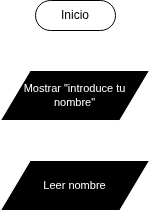
Earlier version of the draw.io export unidad-05/tarea-1/diagramas/ejercicio-1.drawio.png (edugutdev/dam-ets). Source tidied: cells renumbered, new cells last; positions are measured from the earlier drawing's top-left corner, leaving out a move shared by most shapes.
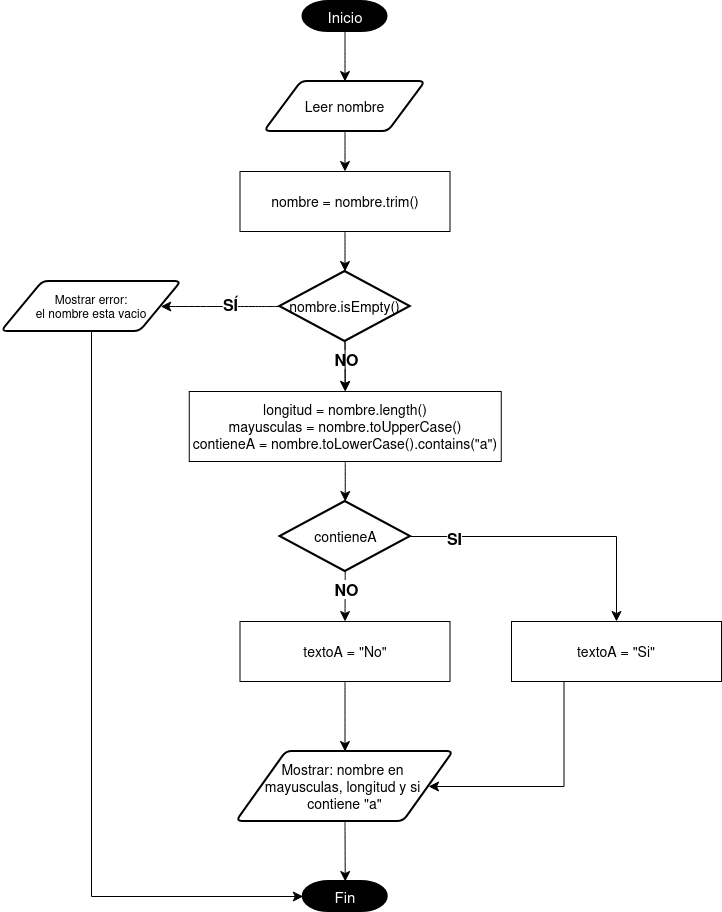
Above is the later version.

Commit message:
diagrama 1 realizado

What changed in the source:
```diff
@@ -2,14 +2,93 @@
   <root>
     <mxCell id="0" />
     <mxCell id="1" parent="0" />
+    <mxCell id="5" style="edgeStyle=none;curved=1;rounded=0;curveGeometry=1;jettySize=auto;html=1;exitX=0.5;exitY=1;exitDx=0;exitDy=0;exitPerimeter=0;entryX=0.5;entryY=0;entryDx=0;entryDy=0;fontSize=12;defaultLabelBackgroundColor=page;startSize=8;endSize=8;" parent="1" edge="1" source="2" target="4">
+      <mxGeometry relative="1" as="geometry" />
+    </mxCell>
-    <mxCell id="2" value="Inicio" style="html=1;dashed=0;whiteSpace=wrap;shape=mxgraph.dfd.start;" parent="1" vertex="1">
-      <mxGeometry x="35" width="80" height="30" as="geometry" />
+    <mxCell id="2" value="Inicio" style="strokeWidth=2;html=1;shape=mxgraph.flowchart.terminator;whiteSpace=wrap;fontSize=15;fillColor=#000000;fontColor=#FFFFFF;fontStyle=0;" parent="1" vertex="1">
+      <mxGeometry x="32.5" y="30" width="84" height="30" as="geometry" />
     </mxCell>
-    <mxCell id="3" value="Mostrar &quot;introduce tu&lt;br&gt;nombre&quot;" style="shape=parallelogram;perimeter=parallelogramPerimeter;whiteSpace=wrap;html=1;dashed=0;fillColor=#000000;strokeColor=#FFFFFF;fontColor=#FFFFFF;fontSize=11;" parent="1" vertex="1">
-      <mxGeometry y="70" width="149" height="50" as="geometry" />
-    </mxCell>
+    <mxCell id="6" style="edgeStyle=none;curved=1;rounded=0;curveGeometry=1;jettySize=auto;html=1;exitX=0.5;exitY=1;exitDx=0;exitDy=0;entryX=0.5;entryY=0;entryDx=0;entryDy=0;fontSize=12;defaultLabelBackgroundColor=page;startSize=8;endSize=8;" parent="1" edge="1" source="4" target="7">
+      <mxGeometry relative="1" as="geometry" />
+    </mxCell>
-    <mxCell id="4" value="Leer nombre" style="shape=parallelogram;perimeter=parallelogramPerimeter;whiteSpace=wrap;html=1;dashed=0;fillColor=#000000;strokeColor=#FFFFFF;fontColor=#FFFFFF;fontSize=11;" parent="1" vertex="1">
-      <mxGeometry y="160" width="149" height="50" as="geometry" />
+    <mxCell id="4" value="Leer nombre" style="shape=parallelogram;html=1;strokeWidth=2;perimeter=parallelogramPerimeter;whiteSpace=wrap;rounded=1;arcSize=12;size=0.23;fontSize=14;" parent="1" vertex="1">
+      <mxGeometry x="-6" y="110" width="161" height="50" as="geometry" />
     </mxCell>
+    <mxCell id="7" value="nombre = nombre.trim()" style="rounded=0;whiteSpace=wrap;html=1;fontSize=14;" parent="1" vertex="1">
+      <mxGeometry x="-30.5" y="200" width="210" height="60" as="geometry" />
+    </mxCell>
+    <mxCell id="8" style="edgeStyle=none;curved=1;rounded=0;curveGeometry=1;jettySize=auto;html=1;exitX=0.5;exitY=1;exitDx=0;exitDy=0;exitPerimeter=0;entryX=0.5;entryY=0;entryDx=0;entryDy=0;fontSize=12;defaultLabelBackgroundColor=page;startSize=8;endSize=8;" parent="1" edge="1" source="13" target="15">
+      <mxGeometry relative="1" as="geometry" />
+    </mxCell>
+    <mxCell id="9" value="NO" style="edgeLabel;html=1;align=center;verticalAlign=middle;inheritText=fontFamily,fontColor,textOpacity,labelBorderColor,labelBorderWidth,labelBackgroundColor,defaultLabelBackgroundColor,labelPadding;fontSize=16;defaultLabelBackgroundColor=page;fontStyle=1;" parent="8" vertex="1">
+      <mxGeometry x="-0.28" y="1" relative="1" as="geometry" />
+    </mxCell>
+    <mxCell id="10" style="edgeStyle=none;curved=1;rounded=0;curveGeometry=1;jettySize=auto;html=1;exitX=0;exitY=0.5;exitDx=0;exitDy=0;exitPerimeter=0;entryX=1;entryY=0.5;entryDx=0;entryDy=0;fontSize=12;defaultLabelBackgroundColor=page;startSize=8;endSize=8;" parent="1" edge="1" source="13" target="16">
+      <mxGeometry relative="1" as="geometry" />
+    </mxCell>
+    <mxCell id="11" value="SÍ" style="edgeLabel;html=1;align=center;verticalAlign=middle;inheritText=fontFamily,fontColor,textOpacity,labelBorderColor,labelBorderWidth,labelBackgroundColor,defaultLabelBackgroundColor,labelPadding;fontSize=16;defaultLabelBackgroundColor=page;fontStyle=1;" parent="10" vertex="1">
+      <mxGeometry x="-0.16" y="-3" relative="1" as="geometry" />
+    </mxCell>
+    <mxCell id="12" style="edgeStyle=none;curved=1;rounded=0;curveGeometry=1;jettySize=auto;html=1;fontSize=12;defaultLabelBackgroundColor=page;startSize=8;endSize=8;" parent="1" edge="1" source="13" target="15">
+      <mxGeometry relative="1" as="geometry" />
+    </mxCell>
+    <mxCell id="13" value="nombre.isEmpty()" style="strokeWidth=2;html=1;shape=mxgraph.flowchart.decision;whiteSpace=wrap;fontSize=14;" parent="1" vertex="1">
+      <mxGeometry x="9.2" y="300" width="130.5" height="70" as="geometry" />
+    </mxCell>
+    <mxCell id="14" style="edgeStyle=none;curved=1;rounded=0;curveGeometry=1;jettySize=auto;html=1;exitX=0.5;exitY=1;exitDx=0;exitDy=0;entryX=0.5;entryY=0;entryDx=0;entryDy=0;entryPerimeter=0;fontSize=12;defaultLabelBackgroundColor=page;startSize=8;endSize=8;" parent="1" edge="1" source="7" target="13">
+      <mxGeometry relative="1" as="geometry" />
+    </mxCell>
+    <mxCell id="15" value="&lt;div&gt;longitud = nombre.length()&lt;/div&gt;&lt;div&gt;mayusculas = nombre.toUpperCase()&lt;/div&gt;&lt;div&gt;contieneA = nombre.toLowerCase().contains(&quot;a&quot;)&lt;/div&gt;" style="rounded=0;whiteSpace=wrap;html=1;fontSize=14;" parent="1" vertex="1">
+      <mxGeometry x="-81.2" y="420" width="312" height="70" as="geometry" />
+    </mxCell>
+    <mxCell id="16" value="&lt;div&gt;Mostrar error:&lt;/div&gt;&lt;div&gt;el nombre esta vacio&lt;/div&gt;" style="shape=parallelogram;html=1;strokeWidth=2;perimeter=parallelogramPerimeter;whiteSpace=wrap;rounded=1;arcSize=12;size=0.23;" parent="1" vertex="1">
+      <mxGeometry x="-269" y="310" width="180" height="50" as="geometry" />
+    </mxCell>
+    <mxCell id="17" style="edgeStyle=none;curved=1;rounded=0;curveGeometry=1;jettySize=auto;html=1;exitX=0.5;exitY=1;exitDx=0;exitDy=0;exitPerimeter=0;entryX=0.5;entryY=0;entryDx=0;entryDy=0;fontSize=12;defaultLabelBackgroundColor=page;startSize=8;endSize=8;" parent="1" edge="1" source="21" target="24">
+      <mxGeometry relative="1" as="geometry" />
+    </mxCell>
+    <mxCell id="18" value="NO" style="edgeLabel;html=1;align=center;verticalAlign=middle;inheritText=fontFamily,fontColor,textOpacity,labelBorderColor,labelBorderWidth,labelBackgroundColor,defaultLabelBackgroundColor,labelPadding;fontSize=16;defaultLabelBackgroundColor=page;fontStyle=1;" parent="17" vertex="1">
+      <mxGeometry x="-0.31" y="1" relative="1" as="geometry" />
+    </mxCell>
+    <mxCell id="19" style="edgeStyle=orthogonalEdgeStyle;rounded=0;jettySize=auto;html=1;exitX=1;exitY=0.5;exitDx=0;exitDy=0;exitPerimeter=0;entryX=0.5;entryY=0;entryDx=0;entryDy=0;fontSize=12;defaultLabelBackgroundColor=page;startSize=8;endSize=8;" parent="1" edge="1" source="21" target="26">
+      <mxGeometry relative="1" as="geometry" />
+    </mxCell>
+    <mxCell id="20" value="SI" style="edgeLabel;html=1;align=center;verticalAlign=middle;inheritText=fontFamily,fontColor,textOpacity,labelBorderColor,labelBorderWidth,labelBackgroundColor,defaultLabelBackgroundColor,labelPadding;fontSize=16;defaultLabelBackgroundColor=page;fontStyle=1;" parent="19" vertex="1">
+      <mxGeometry x="-0.71" y="-2" relative="1" as="geometry" />
+    </mxCell>
+    <mxCell id="21" value="contieneA" style="strokeWidth=2;html=1;shape=mxgraph.flowchart.decision;whiteSpace=wrap;fontSize=14;" parent="1" vertex="1">
+      <mxGeometry x="9.5" y="530" width="130.5" height="70" as="geometry" />
+    </mxCell>
+    <mxCell id="22" style="edgeStyle=none;curved=1;rounded=0;curveGeometry=1;jettySize=auto;html=1;exitX=0.5;exitY=1;exitDx=0;exitDy=0;entryX=0.5;entryY=0;entryDx=0;entryDy=0;entryPerimeter=0;fontSize=12;defaultLabelBackgroundColor=page;startSize=8;endSize=8;" parent="1" edge="1" source="15" target="21">
+      <mxGeometry relative="1" as="geometry" />
+    </mxCell>
+    <mxCell id="23" style="edgeStyle=none;curved=1;rounded=0;curveGeometry=1;jettySize=auto;html=1;exitX=0.5;exitY=1;exitDx=0;exitDy=0;entryX=0.5;entryY=0;entryDx=0;entryDy=0;fontSize=12;defaultLabelBackgroundColor=page;startSize=8;endSize=8;" parent="1" edge="1" source="24" target="27">
+      <mxGeometry relative="1" as="geometry" />
+    </mxCell>
+    <mxCell id="24" value="textoA = &quot;No&quot;" style="rounded=0;whiteSpace=wrap;html=1;fontSize=14;" parent="1" vertex="1">
+      <mxGeometry x="-30.5" y="650" width="210" height="60" as="geometry" />
+    </mxCell>
+    <mxCell id="25" style="edgeStyle=orthogonalEdgeStyle;rounded=0;jettySize=auto;html=1;exitX=0.25;exitY=1;exitDx=0;exitDy=0;entryX=1;entryY=0.5;entryDx=0;entryDy=0;fontSize=12;defaultLabelBackgroundColor=page;startSize=8;endSize=8;" parent="1" edge="1" source="26" target="27">
+      <mxGeometry relative="1" as="geometry">
+        <Array as="points">
+          <mxPoint x="293.5" y="815" />
+        </Array>
+      </mxGeometry>
+    </mxCell>
+    <mxCell id="26" value="textoA = &quot;Si&quot;" style="rounded=0;whiteSpace=wrap;html=1;fontSize=14;" parent="1" vertex="1">
+      <mxGeometry x="241" y="650" width="210" height="60" as="geometry" />
+    </mxCell>
+    <mxCell id="27" value="&lt;div&gt;Mostrar: nombre en&amp;nbsp;&lt;/div&gt;&lt;div&gt;mayusculas, longitud y si&amp;nbsp;&lt;/div&gt;&lt;div&gt;contiene &quot;a&quot;&lt;/div&gt;" style="shape=parallelogram;html=1;strokeWidth=2;perimeter=parallelogramPerimeter;whiteSpace=wrap;rounded=1;arcSize=12;size=0.23;fontSize=14;" parent="1" vertex="1">
+      <mxGeometry x="-34" y="780" width="217" height="70" as="geometry" />
+    </mxCell>
+    <mxCell id="28" value="Fin" style="strokeWidth=2;html=1;shape=mxgraph.flowchart.terminator;whiteSpace=wrap;fontSize=15;fillColor=#000000;fontColor=#FFFFFF;fontStyle=0;" parent="1" vertex="1">
+      <mxGeometry x="32.8" y="910" width="84" height="30" as="geometry" />
+    </mxCell>
+    <mxCell id="29" style="edgeStyle=orthogonalEdgeStyle;rounded=0;jettySize=auto;html=1;exitX=0.5;exitY=1;exitDx=0;exitDy=0;entryX=0;entryY=0.5;entryDx=0;entryDy=0;entryPerimeter=0;fontSize=12;defaultLabelBackgroundColor=page;startSize=8;endSize=8;" parent="1" edge="1" source="16" target="28">
+      <mxGeometry relative="1" as="geometry" />
+    </mxCell>
+    <mxCell id="30" style="edgeStyle=none;curved=1;rounded=0;curveGeometry=1;jettySize=auto;html=1;exitX=0.5;exitY=1;exitDx=0;exitDy=0;entryX=0.5;entryY=0;entryDx=0;entryDy=0;entryPerimeter=0;fontSize=12;defaultLabelBackgroundColor=page;startSize=8;endSize=8;" parent="1" edge="1" source="27" target="28">
+      <mxGeometry relative="1" as="geometry" />
+    </mxCell>
   </root>
 </mxGraphModel>
```
